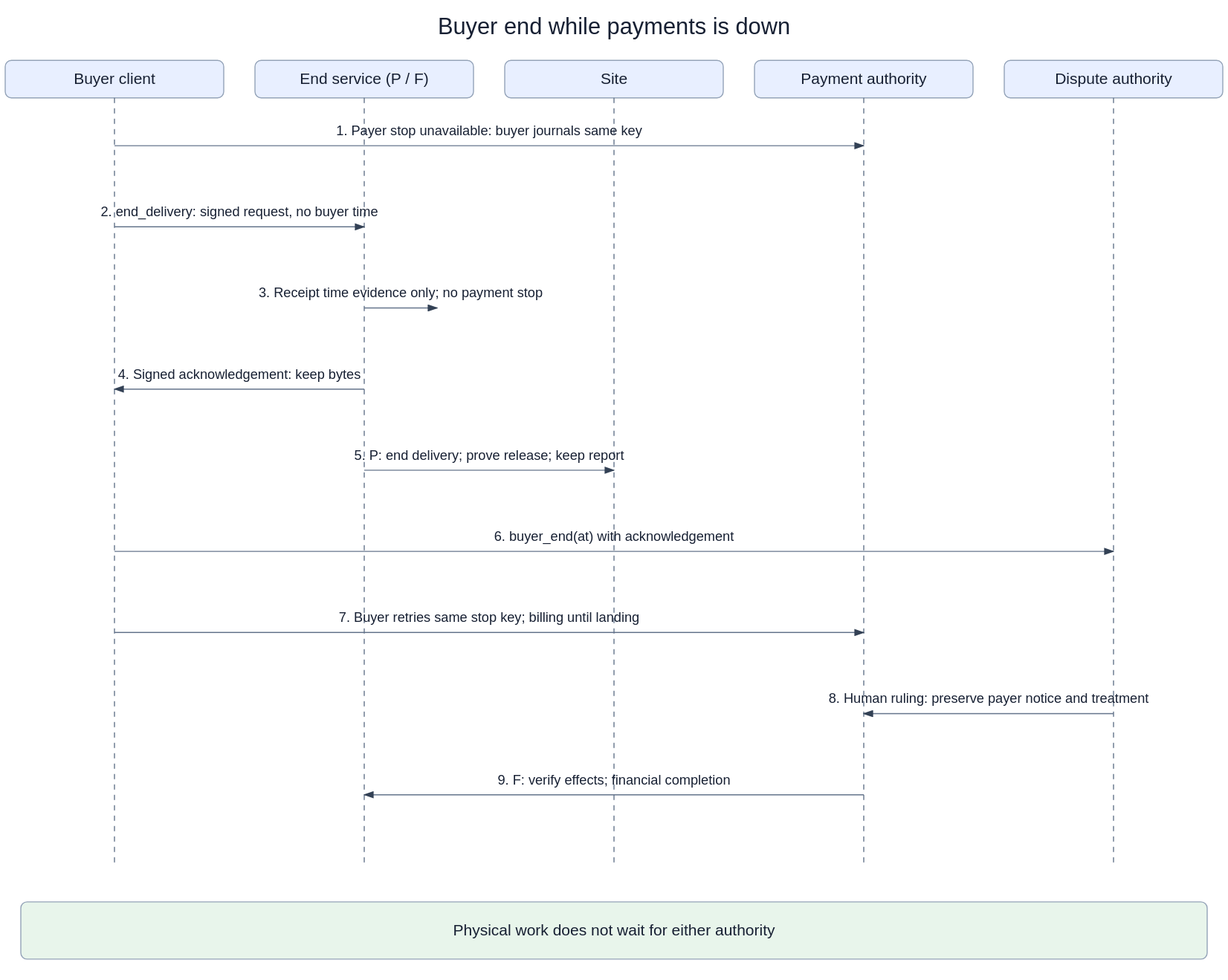
This is openspec/changes/converge-ongoing-compute-leases/diagrams/01-buyer-cancel-payments-down.svg from arkhai-io/simple-compute-market, a draw.io export, as it was before one commit. Source tidied: cells renumbered, new cells last; positions are measured from the earlier drawing's top-left corner, leaving out a move shared by most shapes.
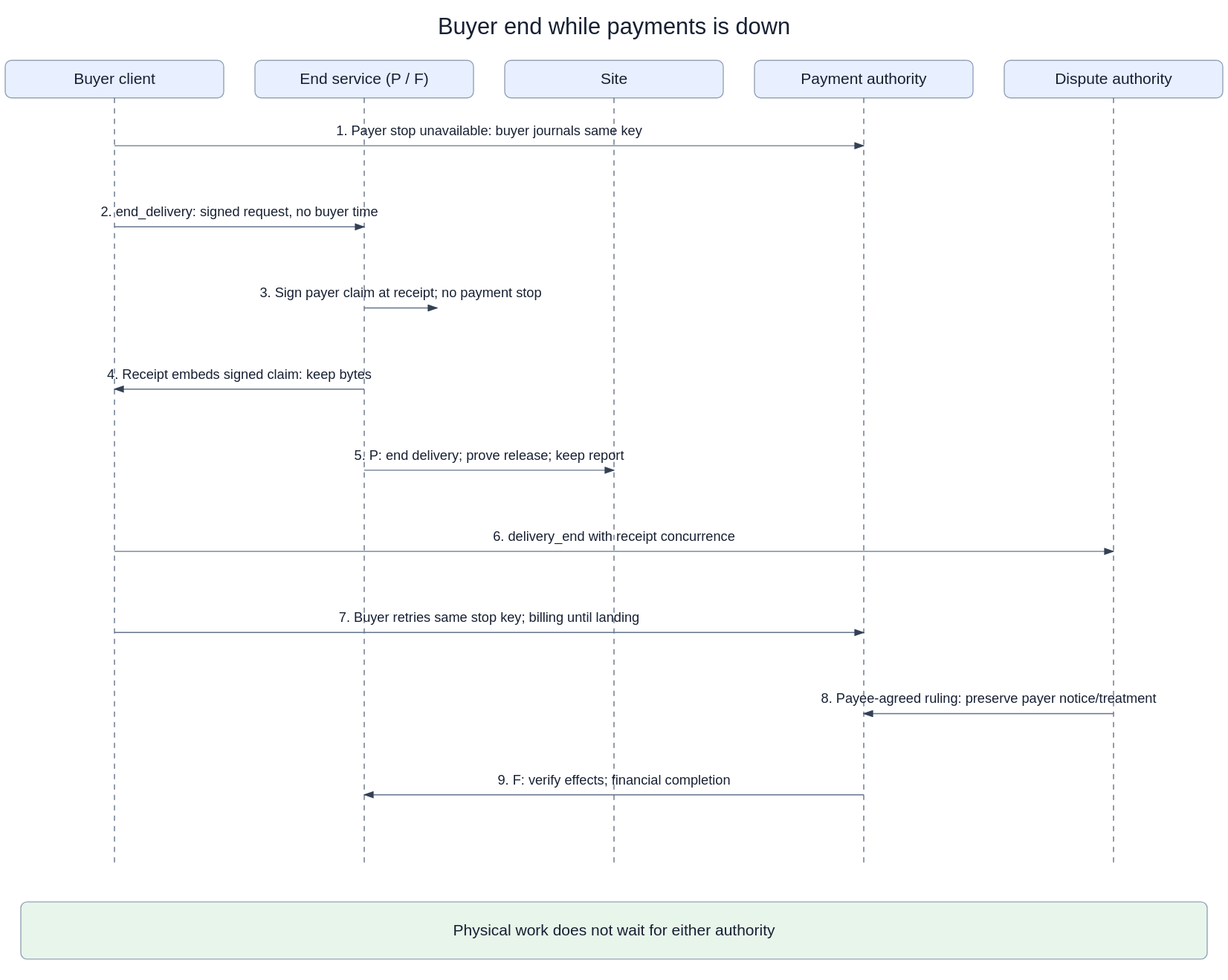
Later version of the same file.

What changed in the source:
```diff
@@ -62,13 +62,13 @@
         <mxPoint x="345" y="208" as="targetPoint" />
       </mxGeometry>
     </mxCell>
-    <mxCell id="15" value="3. Receipt time evidence only; no payment stop" style="endArrow=block;fontSize=13;labelBackgroundColor=#ffffff;" parent="1" edge="1">
+    <mxCell id="15" value="3. Sign payer claim at receipt; no payment stop" style="endArrow=block;fontSize=13;labelBackgroundColor=#ffffff;" parent="1" edge="1">
       <mxGeometry relative="1" as="geometry">
         <mxPoint x="345" y="286" as="sourcePoint" />
         <mxPoint x="415" y="286" as="targetPoint" />
       </mxGeometry>
     </mxCell>
-    <mxCell id="16" value="4. Signed acknowledgement: keep bytes" style="endArrow=block;fontSize=13;labelBackgroundColor=#ffffff;" parent="1" edge="1">
+    <mxCell id="16" value="4. Receipt embeds signed claim: keep bytes" style="endArrow=block;fontSize=13;labelBackgroundColor=#ffffff;" parent="1" edge="1">
       <mxGeometry relative="1" as="geometry">
         <mxPoint x="345" y="364" as="sourcePoint" />
         <mxPoint x="105" y="364" as="targetPoint" />
@@ -80,7 +80,7 @@
         <mxPoint x="585" y="442" as="targetPoint" />
       </mxGeometry>
     </mxCell>
-    <mxCell id="18" value="6. buyer_end(at) with acknowledgement" style="endArrow=block;fontSize=13;labelBackgroundColor=#ffffff;" parent="1" edge="1">
+    <mxCell id="18" value="6. delivery_end with receipt concurrence" style="endArrow=block;fontSize=13;labelBackgroundColor=#ffffff;" parent="1" edge="1">
       <mxGeometry relative="1" as="geometry">
         <mxPoint x="105" y="520" as="sourcePoint" />
         <mxPoint x="1065" y="520" as="targetPoint" />
@@ -92,7 +92,7 @@
         <mxPoint x="825" y="598" as="targetPoint" />
       </mxGeometry>
     </mxCell>
-    <mxCell id="20" value="8. Human ruling: preserve payer notice and treatment" style="endArrow=block;fontSize=13;labelBackgroundColor=#ffffff;" parent="1" edge="1">
+    <mxCell id="20" value="8. Payee-agreed ruling: preserve payer notice/treatment" style="endArrow=block;fontSize=13;labelBackgroundColor=#ffffff;" parent="1" edge="1">
       <mxGeometry relative="1" as="geometry">
         <mxPoint x="1065" y="676" as="sourcePoint" />
         <mxPoint x="825" y="676" as="targetPoint" />
```
